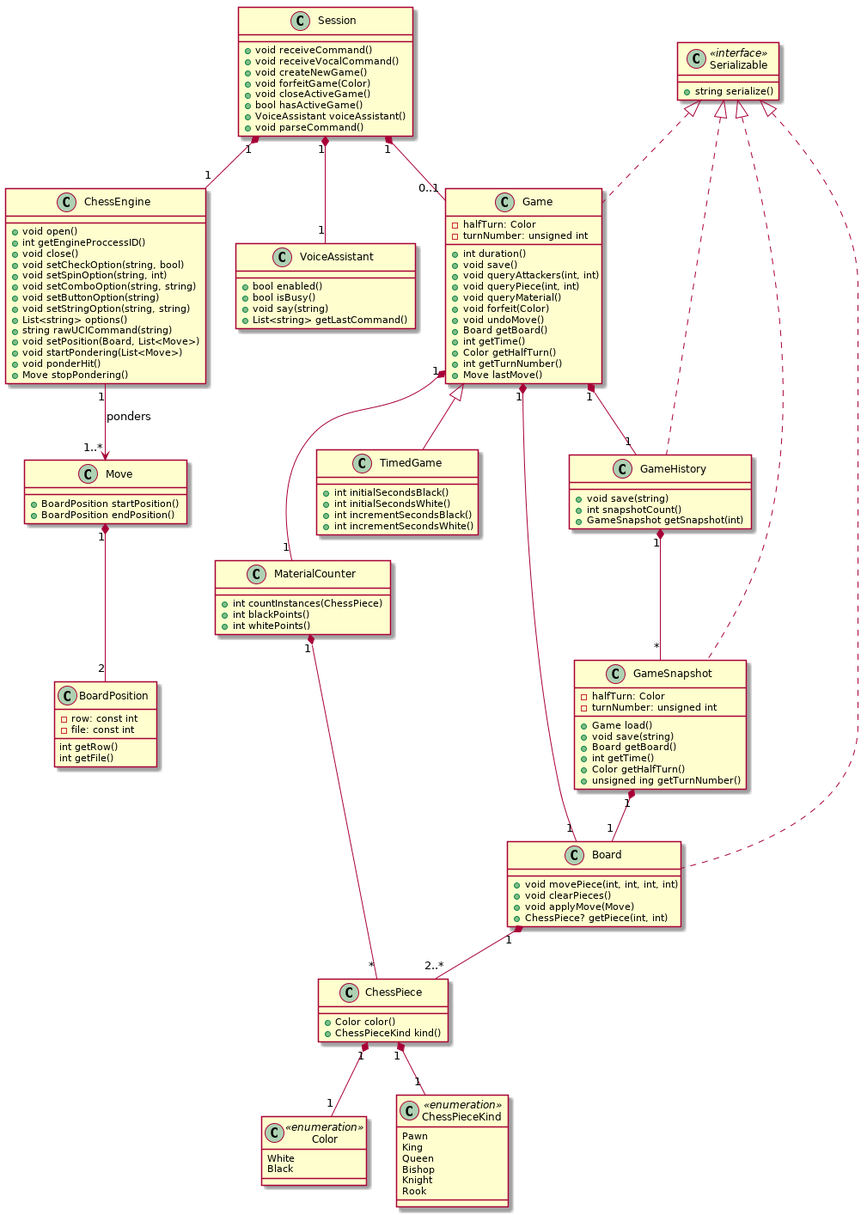
tvanslyke/accessible-chess-class-diagram keeps this PlantUML diagram as class-diagram.png. Above is the earlier version.
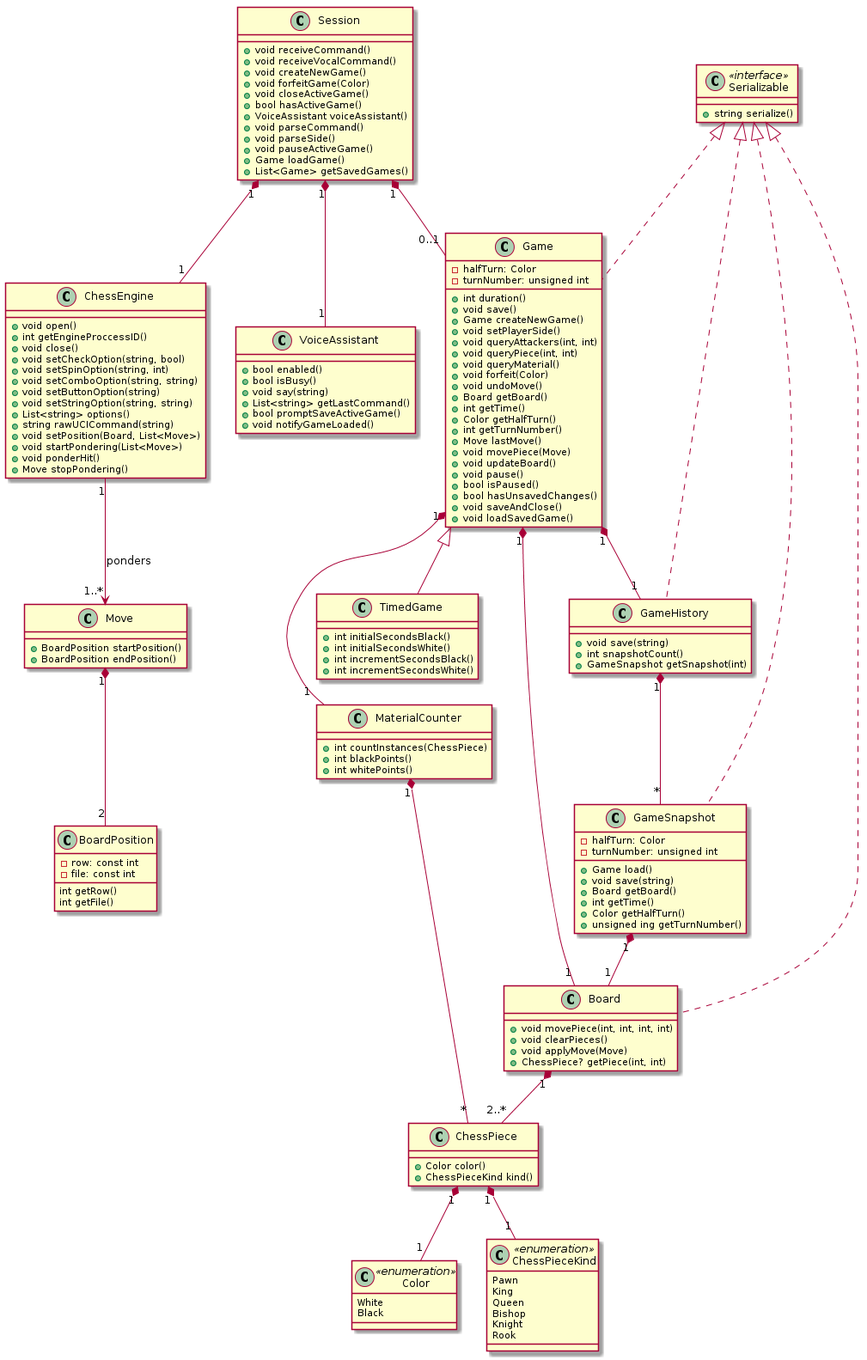
Above is the later version.

The edit, as a diff of the source:
```diff
@@ -5,6 +5,8 @@
 	+bool isBusy()
 	+void say(string)
 	+List<string> getLastCommand()
+	+bool promptSaveActiveGame()
+	+void notifyGameLoaded()
 }
 
 class BoardPosition {
@@ -77,6 +79,8 @@
 
 	+int duration()
 	+void save()
+	+Game createNewGame()
+	+void setPlayerSide()
 	+void queryAttackers(int, int)
 	+void queryPiece(int, int)
 	+void queryMaterial()
@@ -87,6 +91,13 @@
 	+Color getHalfTurn()
 	+int getTurnNumber()
 	+Move lastMove()
+	+void movePiece(Move)
+	+void updateBoard()
+	+void pause()
+	+bool isPaused()
+	+bool hasUnsavedChanges()
+	+void saveAndClose()
+	+void loadSavedGame()
 }
 
 ChessEngine "1" --> "1..*" Move : ponders
@@ -145,6 +156,10 @@
 	+bool hasActiveGame()
 	+VoiceAssistant voiceAssistant()
 	+void parseCommand()
+	+void parseSide()
+	+void pauseActiveGame()
+	+Game loadGame()
+	+List<Game> getSavedGames()
 }
 
 class Serializable <<interface>> {
```
